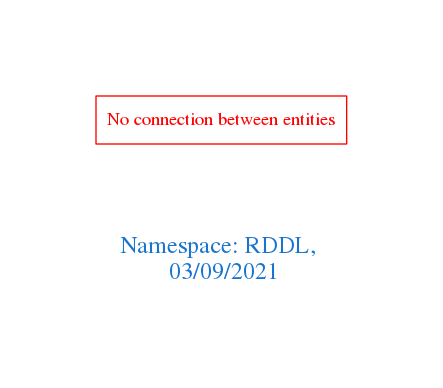
arago/OGIT keeps this Graphviz diagram as downloads/RDDL.png. Above is the earlier version. Its source is kept beside it as downloads/RDDL.dot.
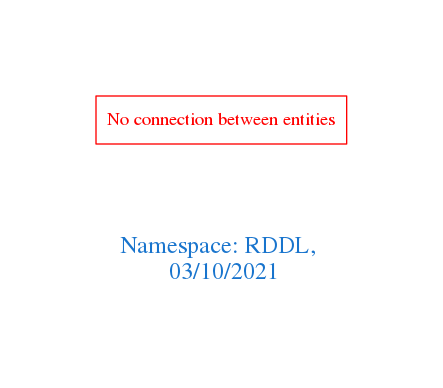
After the change.

What changed in the source:
```diff
@@ -1,7 +1,7 @@
 digraph OGIT_ontology {
  graph [ rankdir= LR,pad=1
 fontsize = 18,
-fontcolor= dodgerblue3,label = "\n\n\nNamespace: RDDL, \n 03/09/2021"];
+fontcolor= dodgerblue3,label = "\n\n\nNamespace: RDDL, \n 03/10/2021"];
 node[shape=polygon];
 edge [  color="gray81"];
 
```
